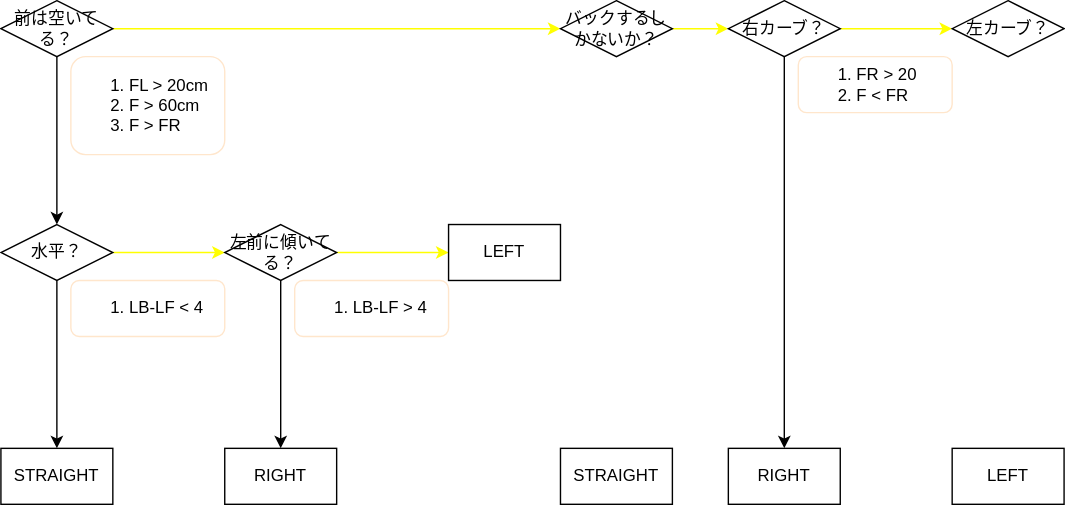
This is toyota.drawio.svg from jizots/AI_minicar, a draw.io export, as it was before one commit. Source tidied: cells renumbered, new cells last; positions are measured from the earlier drawing's top-left corner, leaving out a move shared by most shapes. Its diagram source:
```xml
<mxGraphModel>
  <root>
    <mxCell id="0" />
    <mxCell id="1" parent="0" />
    <mxCell id="2" style="edgeStyle=none;html=1;entryX=0;entryY=0.5;entryDx=0;entryDy=0;exitX=1;exitY=0.5;exitDx=0;exitDy=0;strokeColor=#FFFF00;" parent="1" edge="1" source="5" target="9">
      <mxGeometry relative="1" as="geometry" />
    </mxCell>
    <mxCell id="3" style="edgeStyle=none;html=1;exitX=0.5;exitY=1;exitDx=0;exitDy=0;entryX=0.5;entryY=0;entryDx=0;entryDy=0;startArrow=none;" parent="1" edge="1" source="18" target="13">
      <mxGeometry relative="1" as="geometry" />
    </mxCell>
    <mxCell id="4" style="edgeStyle=none;html=1;exitX=0.5;exitY=1;exitDx=0;exitDy=0;entryX=0.5;entryY=0;entryDx=0;entryDy=0;" parent="1" edge="1" source="5" target="18">
      <mxGeometry relative="1" as="geometry" />
    </mxCell>
    <mxCell id="5" value="前は空いてる？" style="rhombus;whiteSpace=wrap;html=1;" parent="1" vertex="1">
      <mxGeometry width="80" height="40" as="geometry" />
    </mxCell>
    <mxCell id="6" style="edgeStyle=none;html=1;exitX=0.5;exitY=1;exitDx=0;exitDy=0;entryX=0.5;entryY=0;entryDx=0;entryDy=0;" parent="1" edge="1" source="20" target="14">
      <mxGeometry relative="1" as="geometry" />
    </mxCell>
    <mxCell id="7" style="edgeStyle=none;html=1;exitX=0.5;exitY=1;exitDx=0;exitDy=0;entryX=0.5;entryY=0;entryDx=0;entryDy=0;strokeColor=#FFFFFF;" parent="1" edge="1" source="9" target="24">
      <mxGeometry relative="1" as="geometry" />
    </mxCell>
    <mxCell id="8" style="edgeStyle=none;html=1;strokeColor=#FFFF00;" parent="1" edge="1" source="9" target="12">
      <mxGeometry relative="1" as="geometry" />
    </mxCell>
    <mxCell id="9" value="バックするしかないか？" style="rhombus;whiteSpace=wrap;html=1;" parent="1" vertex="1">
      <mxGeometry x="400" width="80" height="40" as="geometry" />
    </mxCell>
    <mxCell id="10" style="edgeStyle=none;html=1;exitX=0.5;exitY=1;exitDx=0;exitDy=0;entryX=0.5;entryY=0;entryDx=0;entryDy=0;" parent="1" edge="1" source="12" target="15">
      <mxGeometry relative="1" as="geometry" />
    </mxCell>
    <mxCell id="11" style="edgeStyle=none;html=1;exitX=1;exitY=0.5;exitDx=0;exitDy=0;entryX=0;entryY=0.5;entryDx=0;entryDy=0;strokeColor=#FFFF00;" parent="1" edge="1" source="12" target="27">
      <mxGeometry relative="1" as="geometry" />
    </mxCell>
    <mxCell id="12" value="右カーブ？" style="rhombus;whiteSpace=wrap;html=1;" parent="1" vertex="1">
      <mxGeometry x="520" width="80" height="40" as="geometry" />
    </mxCell>
    <mxCell id="13" value="STRAIGHT" style="whiteSpace=wrap;html=1;" parent="1" vertex="1">
      <mxGeometry y="320" width="80" height="40" as="geometry" />
    </mxCell>
    <mxCell id="14" value="RIGHT" style="whiteSpace=wrap;html=1;" parent="1" vertex="1">
      <mxGeometry x="160" y="320" width="80" height="40" as="geometry" />
    </mxCell>
    <mxCell id="15" value="RIGHT" style="whiteSpace=wrap;html=1;" parent="1" vertex="1">
      <mxGeometry x="520" y="320" width="80" height="40" as="geometry" />
    </mxCell>
    <mxCell id="16" value="&lt;ol style=&quot;&quot;&gt;&lt;li&gt;FL &amp;gt; 20cm&lt;/li&gt;&lt;li&gt;F &amp;gt; 60cm&lt;/li&gt;&lt;li&gt;F &amp;gt; FR&lt;/li&gt;&lt;/ol&gt;" style="rounded=1;whiteSpace=wrap;html=1;strokeColor=#FFE6CC;align=left;" parent="1" vertex="1">
      <mxGeometry x="50" y="40" width="110" height="70" as="geometry" />
    </mxCell>
    <mxCell id="17" style="edgeStyle=none;html=1;entryX=0;entryY=0.5;entryDx=0;entryDy=0;strokeColor=#FFFF00;" parent="1" edge="1" source="18" target="20">
      <mxGeometry relative="1" as="geometry" />
    </mxCell>
    <mxCell id="18" value="水平？" style="rhombus;whiteSpace=wrap;html=1;" parent="1" vertex="1">
      <mxGeometry y="160" width="80" height="40" as="geometry" />
    </mxCell>
    <mxCell id="19" style="edgeStyle=none;html=1;exitX=1;exitY=0.5;exitDx=0;exitDy=0;entryX=0;entryY=0.5;entryDx=0;entryDy=0;strokeColor=#FFFF00;" parent="1" edge="1" source="20" target="22">
      <mxGeometry relative="1" as="geometry" />
    </mxCell>
    <mxCell id="20" value="左前に傾いてる？" style="rhombus;whiteSpace=wrap;html=1;" parent="1" vertex="1">
      <mxGeometry x="160" y="160" width="80" height="40" as="geometry" />
    </mxCell>
    <mxCell id="21" value="&lt;ol style=&quot;&quot;&gt;&lt;li&gt;LB-LF &amp;lt; 4&lt;/li&gt;&lt;/ol&gt;" style="rounded=1;whiteSpace=wrap;html=1;strokeColor=#FFE6CC;align=left;" parent="1" vertex="1">
      <mxGeometry x="50" y="200" width="110" height="40" as="geometry" />
    </mxCell>
    <mxCell id="22" value="LEFT" style="whiteSpace=wrap;html=1;" parent="1" vertex="1">
      <mxGeometry x="320" y="160" width="80" height="40" as="geometry" />
    </mxCell>
    <mxCell id="23" value="&lt;ol style=&quot;&quot;&gt;&lt;li&gt;LB-LF &amp;gt; 4&lt;/li&gt;&lt;/ol&gt;" style="rounded=1;whiteSpace=wrap;html=1;strokeColor=#FFE6CC;align=left;" parent="1" vertex="1">
      <mxGeometry x="210" y="200" width="110" height="40" as="geometry" />
    </mxCell>
    <mxCell id="24" value="STRAIGHT" style="whiteSpace=wrap;html=1;" parent="1" vertex="1">
      <mxGeometry x="400" y="320" width="80" height="40" as="geometry" />
    </mxCell>
    <mxCell id="25" value="&lt;ol style=&quot;&quot;&gt;&lt;li&gt;FR &amp;gt; 20&lt;/li&gt;&lt;li&gt;F &amp;lt; FR&lt;/li&gt;&lt;/ol&gt;" style="rounded=1;whiteSpace=wrap;html=1;strokeColor=#FFE6CC;align=left;" parent="1" vertex="1">
      <mxGeometry x="570" y="40" width="110" height="40" as="geometry" />
    </mxCell>
    <mxCell id="26" style="edgeStyle=none;html=1;exitX=0.5;exitY=1;exitDx=0;exitDy=0;entryX=0.5;entryY=0;entryDx=0;entryDy=0;strokeColor=#FFFFFF;" parent="1" edge="1" source="27" target="28">
      <mxGeometry relative="1" as="geometry" />
    </mxCell>
    <mxCell id="27" value="左カーブ？" style="rhombus;whiteSpace=wrap;html=1;" parent="1" vertex="1">
      <mxGeometry x="680" width="80" height="40" as="geometry" />
    </mxCell>
    <mxCell id="28" value="LEFT" style="whiteSpace=wrap;html=1;" parent="1" vertex="1">
      <mxGeometry x="680" y="320" width="80" height="40" as="geometry" />
    </mxCell>
  </root>
</mxGraphModel>
```
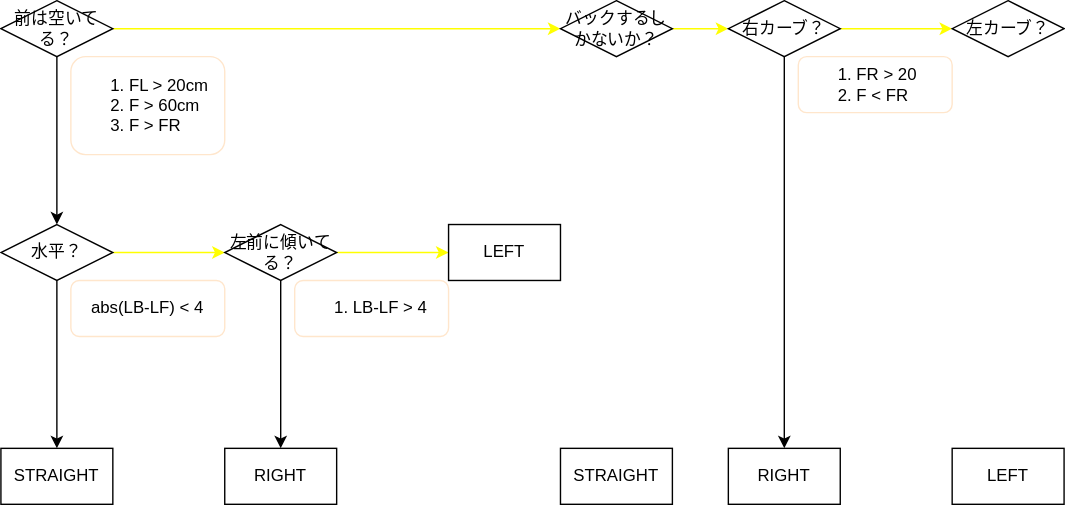
Above is the later version.

What changed in the source:
```diff
@@ -59,7 +59,7 @@
     <mxCell id="20" value="左前に傾いてる？" style="rhombus;whiteSpace=wrap;html=1;" parent="1" vertex="1">
       <mxGeometry x="160" y="160" width="80" height="40" as="geometry" />
     </mxCell>
-    <mxCell id="21" value="&lt;ol style=&quot;&quot;&gt;&lt;li&gt;LB-LF &amp;lt; 4&lt;/li&gt;&lt;/ol&gt;" style="rounded=1;whiteSpace=wrap;html=1;strokeColor=#FFE6CC;align=left;" parent="1" vertex="1">
+    <mxCell id="21" value="&lt;div style=&quot;&quot;&gt;&lt;span style=&quot;background-color: initial;&quot;&gt;abs(LB-LF) &amp;lt; 4&lt;/span&gt;&lt;/div&gt;" style="rounded=1;whiteSpace=wrap;html=1;strokeColor=#FFE6CC;align=center;" parent="1" vertex="1">
       <mxGeometry x="50" y="200" width="110" height="40" as="geometry" />
     </mxCell>
     <mxCell id="22" value="LEFT" style="whiteSpace=wrap;html=1;" parent="1" vertex="1">
```
